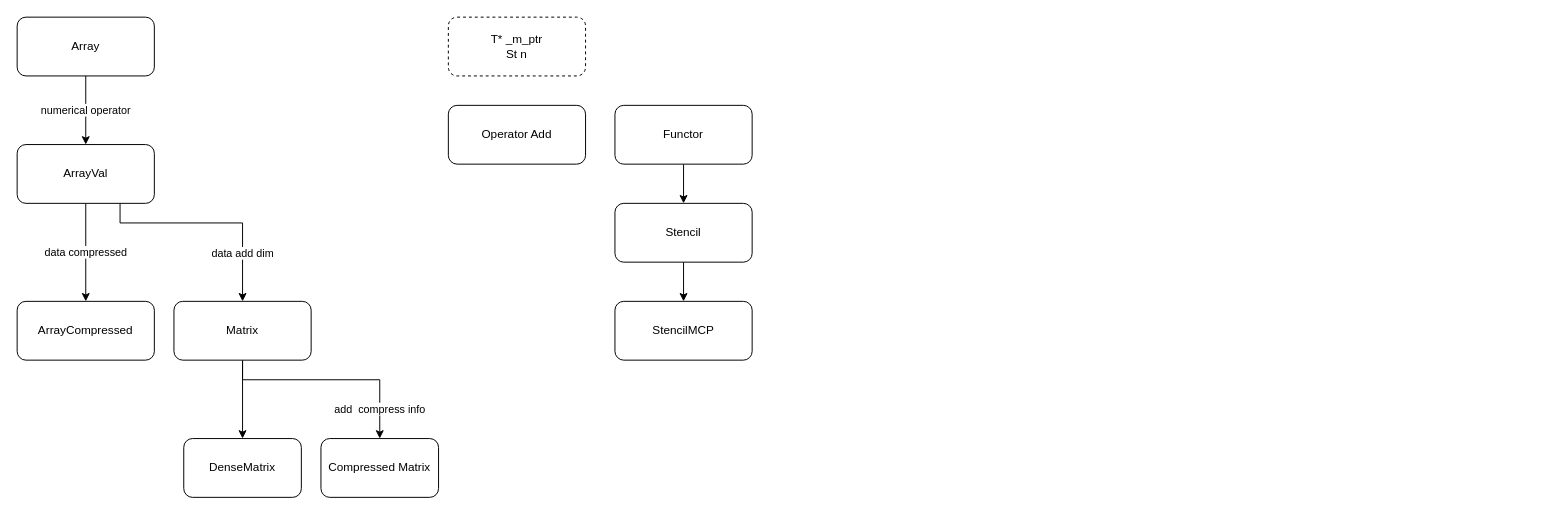
Before: ArrayStructure.drawio in hyperpower/Nablla, a draw.io diagram. Source tidied: cells renumbered, new cells numbered last; positions are measured from the earlier drawing's top-left corner, leaving out a move shared by most shapes. Both pictures are drawn from the tidied source at 98%, with x=0, y=0 at pixel (17, 17).
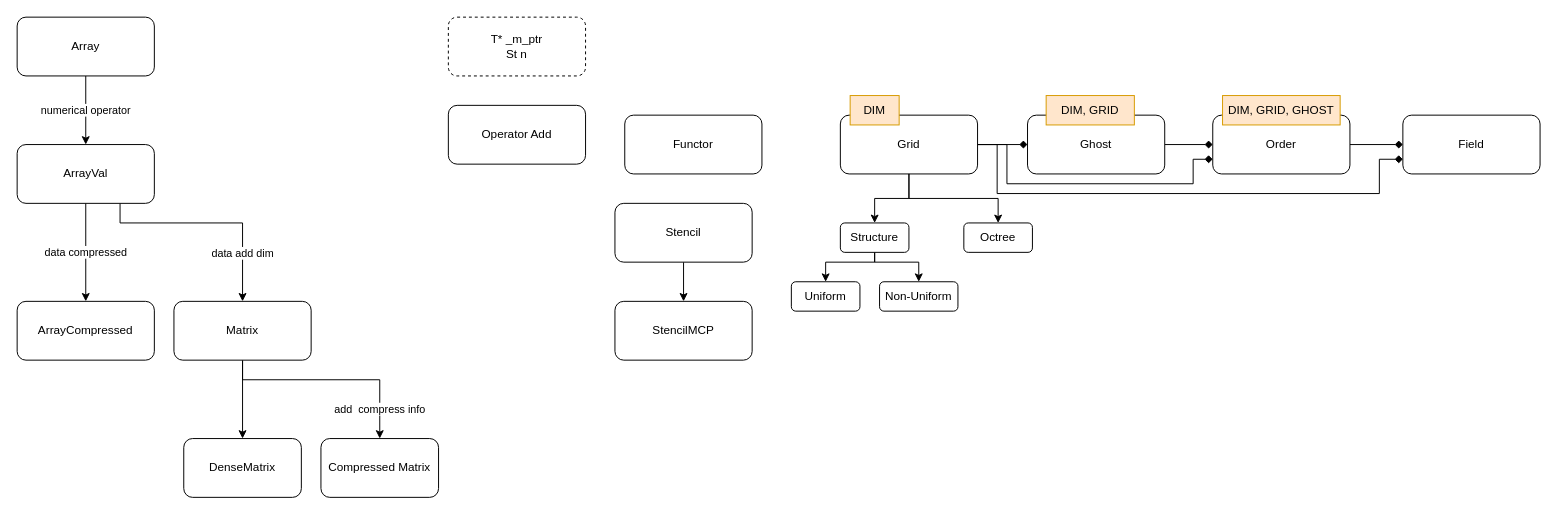
After the change.

Unchanged cells that the change refers to:
```xml
<mxCell id="18" value="Stencil" style="rounded=1;whiteSpace=wrap;html=1;" parent="1" vertex="1">
  <mxGeometry x="610" y="190" width="140" height="60" as="geometry" />
</mxCell>
```

What changed in the source:
```diff
@@
-    <mxCell id="15" style="edgeStyle=orthogonalEdgeStyle;rounded=0;jettySize=auto;html=1;" parent="1" edge="1" source="16" target="18">
-      <mxGeometry relative="1" as="geometry" />
-    </mxCell>
-    <mxCell id="16" value="Functor" style="rounded=1;whiteSpace=wrap;html=1;" parent="1" vertex="1">
-      <mxGeometry x="610" y="90" width="140" height="60" as="geometry" />
-    </mxCell>
+    <mxCell id="20" style="edgeStyle=orthogonalEdgeStyle;rounded=0;jettySize=auto;html=1;endArrow=diamond;endFill=1;strokeWidth=1;" parent="1" edge="1" source="16" target="31">
+      <mxGeometry relative="1" as="geometry" />
+    </mxCell>
+    <mxCell id="21" style="edgeStyle=orthogonalEdgeStyle;rounded=0;jettySize=auto;html=1;entryX=0;entryY=0.75;entryDx=0;entryDy=0;endArrow=diamond;endFill=1;strokeWidth=1;exitX=1;exitY=0.5;exitDx=0;exitDy=0;" parent="1" edge="1" source="16" target="28">
+      <mxGeometry relative="1" as="geometry">
+        <Array as="points">
+          <mxPoint x="1010" y="130" />
+          <mxPoint x="1010" y="170" />
+          <mxPoint x="1200" y="170" />
+          <mxPoint x="1200" y="145" />
+        </Array>
+      </mxGeometry>
+    </mxCell>
@@
+    <mxCell id="22" value="Functor" style="rounded=1;whiteSpace=wrap;html=1;" parent="1" vertex="1">
+      <mxGeometry x="620" y="100" width="140" height="60" as="geometry" />
+    </mxCell>
+    <mxCell id="23" style="edgeStyle=orthogonalEdgeStyle;rounded=0;jettySize=auto;html=1;endArrow=diamond;endFill=1;strokeWidth=1;entryX=0;entryY=0.5;entryDx=0;entryDy=0;" parent="1" edge="1" source="31" target="28">
+      <mxGeometry relative="1" as="geometry" />
+    </mxCell>
+    <mxCell id="24" style="edgeStyle=orthogonalEdgeStyle;rounded=0;jettySize=auto;html=1;endArrow=diamond;endFill=1;strokeWidth=1;" parent="1" edge="1" source="28" target="25">
+      <mxGeometry relative="1" as="geometry" />
+    </mxCell>
+    <mxCell id="25" value="Field" style="rounded=1;whiteSpace=wrap;html=1;" parent="1" vertex="1">
+      <mxGeometry x="1414" y="100" width="140" height="60" as="geometry" />
+    </mxCell>
+    <mxCell id="26" style="edgeStyle=orthogonalEdgeStyle;rounded=0;jettySize=auto;html=1;entryX=0;entryY=0.75;entryDx=0;entryDy=0;endArrow=diamond;endFill=1;strokeWidth=1;exitX=1;exitY=0.5;exitDx=0;exitDy=0;" parent="1" edge="1" source="16" target="25">
+      <mxGeometry relative="1" as="geometry">
+        <Array as="points">
+          <mxPoint x="1000" y="130" />
+          <mxPoint x="1000" y="180" />
+          <mxPoint x="1390" y="180" />
+          <mxPoint x="1390" y="145" />
+        </Array>
+      </mxGeometry>
+    </mxCell>
+    <mxCell id="27" style="group;" parent="1" vertex="1">
+      <mxGeometry x="1220" y="80" width="140" height="80" as="geometry" />
+    </mxCell>
+    <mxCell id="28" value="Order" style="rounded=1;whiteSpace=wrap;html=1;" parent="27" vertex="1">
+      <mxGeometry y="20" width="140" height="60" as="geometry" />
+    </mxCell>
+    <mxCell id="29" value="DIM, GRID, GHOST" style="rounded=0;whiteSpace=wrap;html=1;align=center;fillColor=#ffe6cc;strokeColor=#d79b00;" parent="27" vertex="1">
+      <mxGeometry x="10" width="120" height="30" as="geometry" />
+    </mxCell>
+    <mxCell id="30" style="group;" parent="1" vertex="1">
+      <mxGeometry x="1031" y="80" width="140" height="80" as="geometry" />
+    </mxCell>
+    <mxCell id="31" value="Ghost" style="rounded=1;whiteSpace=wrap;html=1;" parent="30" vertex="1">
+      <mxGeometry y="20" width="140" height="60" as="geometry" />
+    </mxCell>
+    <mxCell id="32" value="DIM, GRID" style="rounded=0;whiteSpace=wrap;html=1;align=center;fillColor=#ffe6cc;strokeColor=#d79b00;" parent="30" vertex="1">
+      <mxGeometry x="19" width="90" height="30" as="geometry" />
+    </mxCell>
+    <mxCell id="33" style="group;" parent="1" vertex="1">
+      <mxGeometry x="840" y="80" width="140" height="80" as="geometry" />
+    </mxCell>
+    <mxCell id="16" value="Grid" style="rounded=1;whiteSpace=wrap;html=1;" parent="33" vertex="1">
+      <mxGeometry y="20" width="140" height="60" as="geometry" />
+    </mxCell>
+    <mxCell id="34" value="DIM" style="rounded=0;whiteSpace=wrap;html=1;align=center;fillColor=#ffe6cc;strokeColor=#d79b00;" parent="33" vertex="1">
+      <mxGeometry x="10" width="50" height="30" as="geometry" />
+    </mxCell>
+    <mxCell id="35" style="edgeStyle=orthogonalEdgeStyle;rounded=0;jettySize=auto;html=1;entryX=0.5;entryY=0;entryDx=0;entryDy=0;endArrow=classic;endFill=1;strokeWidth=1;" parent="1" edge="1" source="37" target="41">
+      <mxGeometry relative="1" as="geometry">
+        <Array as="points">
+          <mxPoint x="875" y="250" />
+          <mxPoint x="825" y="250" />
+        </Array>
+      </mxGeometry>
+    </mxCell>
+    <mxCell id="36" style="edgeStyle=orthogonalEdgeStyle;rounded=0;jettySize=auto;html=1;entryX=0.5;entryY=0;entryDx=0;entryDy=0;endArrow=classic;endFill=1;strokeWidth=1;" parent="1" edge="1" source="37" target="42">
+      <mxGeometry relative="1" as="geometry">
+        <Array as="points">
+          <mxPoint x="875" y="250" />
+          <mxPoint x="920" y="250" />
+        </Array>
+      </mxGeometry>
+    </mxCell>
+    <mxCell id="37" value="Structure" style="rounded=1;whiteSpace=wrap;html=1;" parent="1" vertex="1">
+      <mxGeometry x="840" y="210" width="70" height="30" as="geometry" />
+    </mxCell>
+    <mxCell id="38" style="edgeStyle=orthogonalEdgeStyle;rounded=0;jettySize=auto;html=1;endArrow=classic;endFill=1;strokeWidth=1;" parent="1" edge="1" source="16" target="37">
+      <mxGeometry relative="1" as="geometry" />
+    </mxCell>
+    <mxCell id="39" value="Octree" style="rounded=1;whiteSpace=wrap;html=1;" parent="1" vertex="1">
+      <mxGeometry x="966" y="210" width="70" height="30" as="geometry" />
+    </mxCell>
+    <mxCell id="40" style="edgeStyle=orthogonalEdgeStyle;rounded=0;jettySize=auto;html=1;endArrow=classic;endFill=1;strokeWidth=1;" parent="1" edge="1" source="16" target="39">
+      <mxGeometry relative="1" as="geometry" />
+    </mxCell>
+    <mxCell id="41" value="Uniform" style="rounded=1;whiteSpace=wrap;html=1;" parent="1" vertex="1">
+      <mxGeometry x="790" y="270" width="70" height="30" as="geometry" />
+    </mxCell>
+    <mxCell id="42" value="Non-Uniform" style="rounded=1;whiteSpace=wrap;html=1;" parent="1" vertex="1">
+      <mxGeometry x="880" y="270" width="80" height="30" as="geometry" />
+    </mxCell>
```
